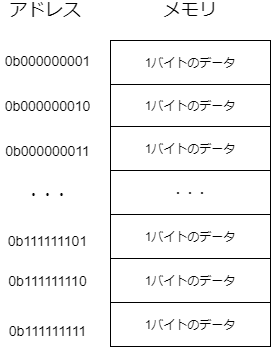
This is programming2021/img/memory.drawio.png from kut-econ/kut-econ.github.io, a draw.io export, as it was before one commit. Source tidied: cells renumbered, new cells last; positions are measured from the earlier drawing's top-left corner, leaving out a move shared by most shapes.
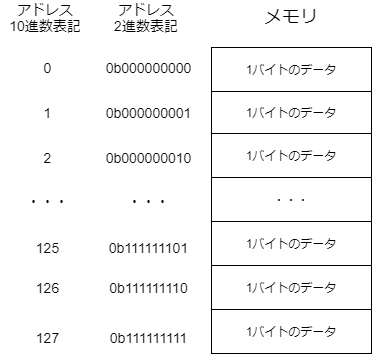
Later version of the same file.

What changed in the source:
```diff
@@ -50,16 +50,16 @@
     <mxCell id="17" value="&lt;font style=&quot;font-size: 18px&quot;&gt;メモリ&lt;/font&gt;" style="text;html=1;strokeColor=none;align=center;verticalAlign=middle;whiteSpace=wrap;rounded=0;fontColor=#000000;labelBackgroundColor=none;" parent="1" vertex="1">
       <mxGeometry x="160" width="60" height="20" as="geometry" />
     </mxCell>
-    <mxCell id="18" value="&lt;font style=&quot;font-size: 18px&quot;&gt;アドレス&lt;/font&gt;" style="text;html=1;strokeColor=none;align=center;verticalAlign=middle;whiteSpace=wrap;rounded=0;fontColor=#000000;labelBackgroundColor=none;" parent="1" vertex="1">
+    <mxCell id="18" value="&lt;font&gt;&lt;font style=&quot;font-size: 14px&quot;&gt;アドレス&lt;br&gt;2進数表記&lt;/font&gt;&lt;br&gt;&lt;/font&gt;" style="text;html=1;strokeColor=none;align=center;verticalAlign=middle;whiteSpace=wrap;rounded=0;fontColor=#000000;labelBackgroundColor=none;" parent="1" vertex="1">
       <mxGeometry width="90" height="20" as="geometry" />
     </mxCell>
-    <mxCell id="19" value="&lt;font style=&quot;font-size: 14px&quot;&gt;0b000000001&lt;/font&gt;" style="text;html=1;strokeColor=none;align=center;verticalAlign=middle;whiteSpace=wrap;rounded=0;fontColor=#000000;labelBackgroundColor=none;" parent="1" vertex="1">
+    <mxCell id="19" value="&lt;font style=&quot;font-size: 14px&quot;&gt;0b000000000&lt;/font&gt;" style="text;html=1;strokeColor=none;align=center;verticalAlign=middle;whiteSpace=wrap;rounded=0;fontColor=#000000;labelBackgroundColor=none;" parent="1" vertex="1">
       <mxGeometry x="5" y="50" width="85" height="20" as="geometry" />
     </mxCell>
-    <mxCell id="20" value="&lt;font style=&quot;font-size: 14px&quot;&gt;0b000000010&lt;/font&gt;" style="text;html=1;strokeColor=none;align=center;verticalAlign=middle;whiteSpace=wrap;rounded=0;fontColor=#000000;labelBackgroundColor=none;" parent="1" vertex="1">
+    <mxCell id="20" value="&lt;font style=&quot;font-size: 14px&quot;&gt;0b000000001&lt;/font&gt;" style="text;html=1;strokeColor=none;align=center;verticalAlign=middle;whiteSpace=wrap;rounded=0;fontColor=#000000;labelBackgroundColor=none;" parent="1" vertex="1">
       <mxGeometry x="5" y="95" width="85" height="20" as="geometry" />
     </mxCell>
-    <mxCell id="21" value="&lt;font style=&quot;font-size: 14px&quot;&gt;0b000000011&lt;/font&gt;" style="text;html=1;strokeColor=none;align=center;verticalAlign=middle;whiteSpace=wrap;rounded=0;fontColor=#000000;labelBackgroundColor=none;" parent="1" vertex="1">
+    <mxCell id="21" value="&lt;font style=&quot;font-size: 14px&quot;&gt;0b000000010&lt;/font&gt;" style="text;html=1;strokeColor=none;align=center;verticalAlign=middle;whiteSpace=wrap;rounded=0;fontColor=#000000;labelBackgroundColor=none;" parent="1" vertex="1">
       <mxGeometry x="5" y="140" width="85" height="20" as="geometry" />
     </mxCell>
     <mxCell id="22" value="&lt;span style=&quot;font-size: 14px&quot;&gt;・・・&lt;/span&gt;" style="text;html=1;strokeColor=none;align=center;verticalAlign=middle;whiteSpace=wrap;rounded=0;fontColor=#000000;labelBackgroundColor=none;" parent="1" vertex="1">
@@ -74,5 +74,29 @@
     <mxCell id="25" value="&lt;font style=&quot;font-size: 14px&quot;&gt;0b111111111&lt;/font&gt;" style="text;html=1;strokeColor=none;align=center;verticalAlign=middle;whiteSpace=wrap;rounded=0;fontColor=#000000;labelBackgroundColor=none;" parent="1" vertex="1">
       <mxGeometry x="5" y="320" width="85" height="20" as="geometry" />
     </mxCell>
+    <mxCell id="26" value="&lt;font style=&quot;font-size: 14px&quot;&gt;アドレス&lt;br&gt;10進数表記&lt;br&gt;&lt;/font&gt;" style="text;html=1;strokeColor=none;align=center;verticalAlign=middle;whiteSpace=wrap;rounded=0;fontColor=#000000;labelBackgroundColor=none;" parent="1" vertex="1">
+      <mxGeometry x="-101" width="90" height="20" as="geometry" />
+    </mxCell>
+    <mxCell id="27" value="&lt;font style=&quot;font-size: 14px&quot;&gt;0&lt;/font&gt;" style="text;html=1;strokeColor=none;align=center;verticalAlign=middle;whiteSpace=wrap;rounded=0;fontColor=#000000;labelBackgroundColor=none;" parent="1" vertex="1">
+      <mxGeometry x="-96" y="50" width="85" height="20" as="geometry" />
+    </mxCell>
+    <mxCell id="28" value="&lt;font style=&quot;font-size: 14px&quot;&gt;1&lt;/font&gt;" style="text;html=1;strokeColor=none;align=center;verticalAlign=middle;whiteSpace=wrap;rounded=0;fontColor=#000000;labelBackgroundColor=none;" parent="1" vertex="1">
+      <mxGeometry x="-96" y="95" width="85" height="20" as="geometry" />
+    </mxCell>
+    <mxCell id="29" value="&lt;font style=&quot;font-size: 14px&quot;&gt;2&lt;/font&gt;" style="text;html=1;strokeColor=none;align=center;verticalAlign=middle;whiteSpace=wrap;rounded=0;fontColor=#000000;labelBackgroundColor=none;" parent="1" vertex="1">
+      <mxGeometry x="-96" y="140" width="85" height="20" as="geometry" />
+    </mxCell>
+    <mxCell id="30" value="&lt;span style=&quot;font-size: 14px&quot;&gt;・・・&lt;/span&gt;" style="text;html=1;strokeColor=none;align=center;verticalAlign=middle;whiteSpace=wrap;rounded=0;fontColor=#000000;labelBackgroundColor=none;" parent="1" vertex="1">
+      <mxGeometry x="-96" y="183" width="85" height="20" as="geometry" />
+    </mxCell>
+    <mxCell id="31" value="&lt;font style=&quot;font-size: 14px&quot;&gt;125&lt;/font&gt;" style="text;html=1;strokeColor=none;align=center;verticalAlign=middle;whiteSpace=wrap;rounded=0;fontColor=#000000;labelBackgroundColor=none;" parent="1" vertex="1">
+      <mxGeometry x="-96" y="230" width="85" height="20" as="geometry" />
+    </mxCell>
+    <mxCell id="32" value="&lt;font style=&quot;font-size: 14px&quot;&gt;126&lt;/font&gt;" style="text;html=1;strokeColor=none;align=center;verticalAlign=middle;whiteSpace=wrap;rounded=0;fontColor=#000000;labelBackgroundColor=none;" parent="1" vertex="1">
+      <mxGeometry x="-96" y="270" width="85" height="20" as="geometry" />
+    </mxCell>
+    <mxCell id="33" value="&lt;font style=&quot;font-size: 14px&quot;&gt;127&lt;/font&gt;" style="text;html=1;strokeColor=none;align=center;verticalAlign=middle;whiteSpace=wrap;rounded=0;fontColor=#000000;labelBackgroundColor=none;" parent="1" vertex="1">
+      <mxGeometry x="-96" y="320" width="85" height="20" as="geometry" />
+    </mxCell>
   </root>
 </mxGraphModel>
```
